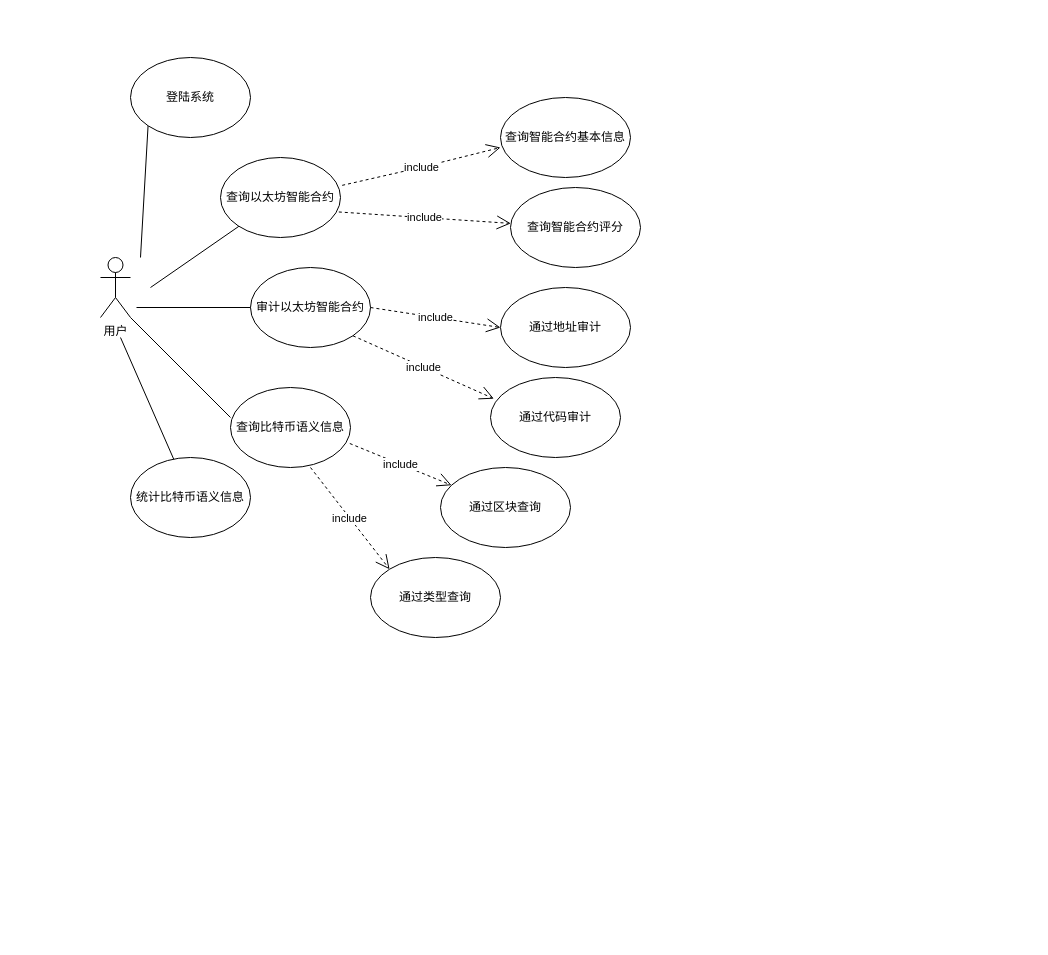
Above: umlusecase.drawio in wang2gua/test (draw.io), before the change. Source tidied: cells renumbered, new cells numbered last; positions are measured from the earlier drawing's top-left corner, leaving out a move shared by most shapes. Both pictures are drawn from the tidied source at 100%, with x=0, y=0 at pixel (100, 57).
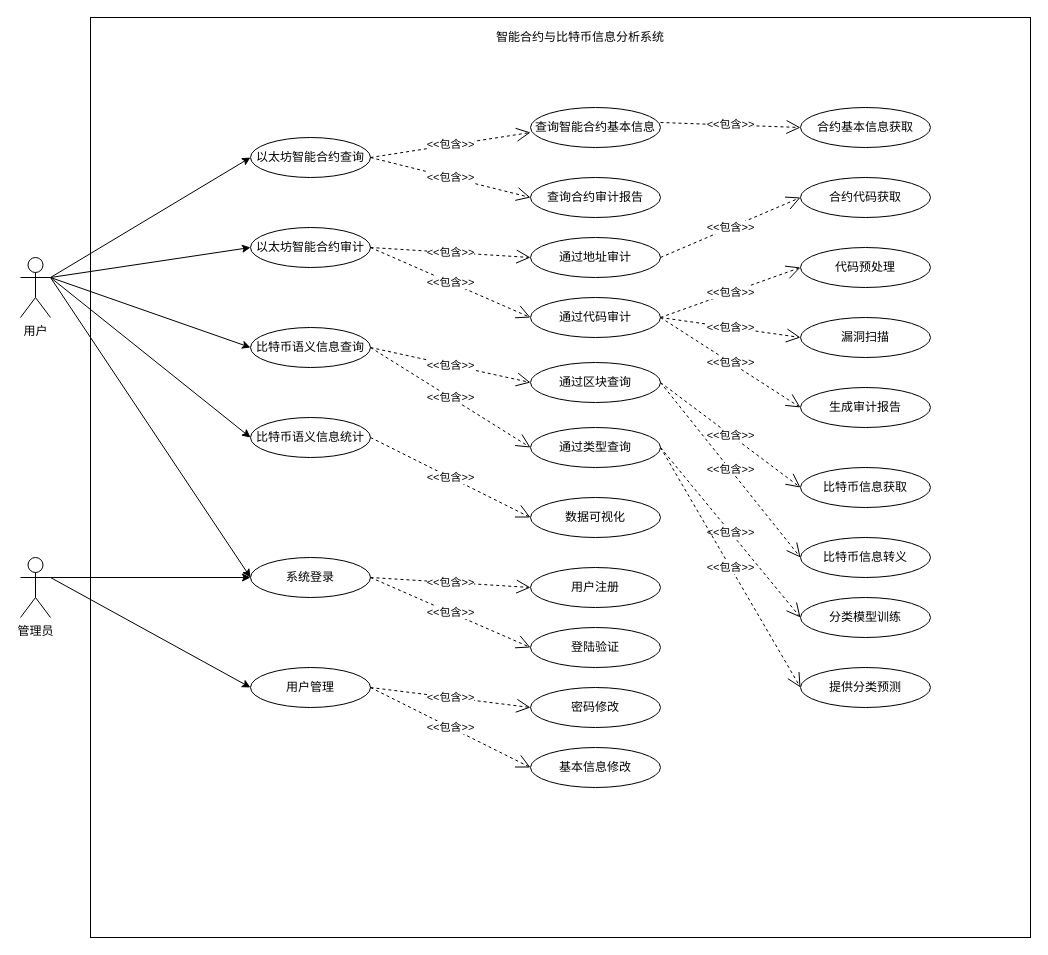
The same diagram, later.

Diff of the diagram source:
```diff
@@
+    <mxCell id="25" style="rounded=0;whiteSpace=wrap;html=1;" parent="1" vertex="1">
+      <mxGeometry x="-10" y="-40" width="940" height="920" as="geometry" />
+    </mxCell>
     <mxCell id="2" value="用户" style="shape=umlActor;verticalLabelPosition=bottom;verticalAlign=top;html=1;outlineConnect=0;" parent="1" vertex="1">
-      <mxGeometry y="200" width="30" height="60" as="geometry" />
+      <mxGeometry x="-80" y="200" width="30" height="60" as="geometry" />
     </mxCell>
-    <mxCell id="3" style="endArrow=none;html=1;entryX=0;entryY=1;entryDx=0;entryDy=0;" parent="1" edge="1" target="4">
-      <mxGeometry relative="1" as="geometry">
-        <mxPoint x="40" y="200" as="sourcePoint" />
-      </mxGeometry>
-    </mxCell>
-    <mxCell id="4" value="登陆系统" style="ellipse;whiteSpace=wrap;html=1;" parent="1" vertex="1">
-      <mxGeometry x="30" width="120" height="80" as="geometry" />
+    <mxCell id="4" value="系统登录" style="ellipse;whiteSpace=wrap;html=1;" parent="1" vertex="1">
+      <mxGeometry x="150" y="500" width="120" height="40" as="geometry" />
     </mxCell>
-    <mxCell id="5" value="查询以太坊智能合约" style="ellipse;whiteSpace=wrap;html=1;" parent="1" vertex="1">
-      <mxGeometry x="120" y="100" width="120" height="80" as="geometry" />
+    <mxCell id="5" value="以太坊智能合约查询" style="ellipse;whiteSpace=wrap;html=1;" parent="1" vertex="1">
+      <mxGeometry x="150" y="80" width="120" height="40" as="geometry" />
     </mxCell>
-    <mxCell id="6" value="查询比特币语义信息" style="ellipse;whiteSpace=wrap;html=1;" parent="1" vertex="1">
-      <mxGeometry x="130" y="330" width="120" height="80" as="geometry" />
+    <mxCell id="6" value="比特币语义信息查询" style="ellipse;whiteSpace=wrap;html=1;" parent="1" vertex="1">
+      <mxGeometry x="150" y="270" width="120" height="40" as="geometry" />
     </mxCell>
-    <mxCell id="7" style="endArrow=none;html=1;" parent="1" edge="1" target="5">
-      <mxGeometry relative="1" as="geometry">
-        <mxPoint x="50" y="230" as="sourcePoint" />
-      </mxGeometry>
-    </mxCell>
-    <mxCell id="8" value="审计以太坊智能合约" style="ellipse;whiteSpace=wrap;html=1;" parent="1" vertex="1">
-      <mxGeometry x="150" y="210" width="120" height="80" as="geometry" />
+    <mxCell id="8" value="以太坊智能合约审计" style="ellipse;whiteSpace=wrap;html=1;" parent="1" vertex="1">
+      <mxGeometry x="150" y="170" width="120" height="40" as="geometry" />
     </mxCell>
-    <mxCell id="9" value="统计比特币语义信息" style="ellipse;whiteSpace=wrap;html=1;" parent="1" vertex="1">
-      <mxGeometry x="30" y="400" width="120" height="80" as="geometry" />
+    <mxCell id="9" value="比特币语义信息统计" style="ellipse;whiteSpace=wrap;html=1;" parent="1" vertex="1">
+      <mxGeometry x="150" y="360" width="120" height="40" as="geometry" />
     </mxCell>
-    <mxCell id="10" style="endArrow=none;html=1;entryX=0;entryY=0.5;entryDx=0;entryDy=0;" parent="1" edge="1" target="8">
-      <mxGeometry relative="1" as="geometry">
-        <mxPoint x="36" y="250" as="sourcePoint" />
-      </mxGeometry>
-    </mxCell>
-    <mxCell id="11" style="endArrow=none;html=1;" parent="1" edge="1" target="9">
-      <mxGeometry relative="1" as="geometry">
-        <mxPoint x="20" y="280" as="sourcePoint" />
-      </mxGeometry>
-    </mxCell>
-    <mxCell id="12" style="endArrow=none;html=1;exitX=0;exitY=0.375;exitDx=0;exitDy=0;exitPerimeter=0;entryX=1;entryY=1;entryDx=0;entryDy=0;entryPerimeter=0;" parent="1" edge="1" source="6" target="2">
-      <mxGeometry relative="1" as="geometry" />
-    </mxCell>
-    <mxCell id="13" value="include" style="endArrow=open;endSize=12;dashed=1;html=1;entryX=0;entryY=0.625;entryDx=0;entryDy=0;entryPerimeter=0;exitX=1.014;exitY=0.348;exitDx=0;exitDy=0;exitPerimeter=0;" parent="1" edge="1" source="5" target="14">
-      <mxGeometry relative="1" as="geometry">
-        <Array as="points">
-          <mxPoint x="320" y="110" />
-        </Array>
-      </mxGeometry>
+    <mxCell id="13" value="&amp;lt;&amp;lt;包含&amp;gt;&amp;gt;" style="endArrow=open;endSize=12;dashed=1;html=1;entryX=0;entryY=0.625;entryDx=0;entryDy=0;entryPerimeter=0;exitX=1;exitY=0.5;exitDx=0;exitDy=0;" parent="1" edge="1" source="5" target="14">
+      <mxGeometry relative="1" as="geometry" />
     </mxCell>
     <mxCell id="14" value="查询智能合约基本信息" style="ellipse;whiteSpace=wrap;html=1;" parent="1" vertex="1">
-      <mxGeometry x="400" y="40" width="130" height="80" as="geometry" />
+      <mxGeometry x="430" y="50" width="130" height="40" as="geometry" />
     </mxCell>
-    <mxCell id="15" value="查询智能合约评分" style="ellipse;whiteSpace=wrap;html=1;" parent="1" vertex="1">
-      <mxGeometry x="410" y="130" width="130" height="80" as="geometry" />
+    <mxCell id="15" value="查询合约审计报告" style="ellipse;whiteSpace=wrap;html=1;" parent="1" vertex="1">
+      <mxGeometry x="430" y="120" width="130" height="40" as="geometry" />
     </mxCell>
     <mxCell id="16" value="通过地址审计" style="ellipse;whiteSpace=wrap;html=1;" parent="1" vertex="1">
-      <mxGeometry x="400" y="230" width="130" height="80" as="geometry" />
+      <mxGeometry x="430" y="180" width="130" height="40" as="geometry" />
     </mxCell>
     <mxCell id="17" value="通过代码审计" style="ellipse;whiteSpace=wrap;html=1;" parent="1" vertex="1">
-      <mxGeometry x="390" y="320" width="130" height="80" as="geometry" />
+      <mxGeometry x="430" y="240" width="130" height="40" as="geometry" />
     </mxCell>
-    <mxCell id="18" value="include" style="endArrow=open;endSize=12;dashed=1;html=1;exitX=0.986;exitY=0.681;exitDx=0;exitDy=0;exitPerimeter=0;" parent="1" edge="1" source="5" target="15">
+    <mxCell id="18" value="&amp;lt;&amp;lt;包含&amp;gt;&amp;gt;" style="endArrow=open;endSize=12;dashed=1;html=1;exitX=1;exitY=0.5;exitDx=0;exitDy=0;entryX=0;entryY=0.5;entryDx=0;entryDy=0;" parent="1" edge="1" source="5" target="15">
       <mxGeometry relative="1" as="geometry" />
     </mxCell>
     <mxCell id="19" value="通过区块查询" style="ellipse;whiteSpace=wrap;html=1;" parent="1" vertex="1">
-      <mxGeometry x="340" y="410" width="130" height="80" as="geometry" />
+      <mxGeometry x="430" y="305" width="130" height="40" as="geometry" />
     </mxCell>
     <mxCell id="20" value="通过类型查询" style="ellipse;whiteSpace=wrap;html=1;" parent="1" vertex="1">
-      <mxGeometry x="270" y="500" width="130" height="80" as="geometry" />
+      <mxGeometry x="430" y="370" width="130" height="40" as="geometry" />
     </mxCell>
-    <mxCell id="21" value="include" style="endArrow=open;endSize=12;dashed=1;html=1;entryX=0;entryY=0.5;entryDx=0;entryDy=0;exitX=1;exitY=0.5;exitDx=0;exitDy=0;" parent="1" edge="1" source="8" target="16">
+    <mxCell id="21" value="&amp;lt;&amp;lt;包含&amp;gt;&amp;gt;" style="endArrow=open;endSize=12;dashed=1;html=1;entryX=0;entryY=0.5;entryDx=0;entryDy=0;exitX=1;exitY=0.5;exitDx=0;exitDy=0;" parent="1" edge="1" source="8" target="16">
       <mxGeometry relative="1" as="geometry" />
     </mxCell>
-    <mxCell id="22" value="include" style="endArrow=open;endSize=12;dashed=1;html=1;entryX=0.026;entryY=0.265;entryDx=0;entryDy=0;entryPerimeter=0;exitX=1;exitY=1;exitDx=0;exitDy=0;" parent="1" edge="1" source="8" target="17">
+    <mxCell id="22" value="&amp;lt;&amp;lt;包含&amp;gt;&amp;gt;" style="endArrow=open;endSize=12;dashed=1;html=1;entryX=0;entryY=0.5;entryDx=0;entryDy=0;exitX=1;exitY=0.5;exitDx=0;exitDy=0;" parent="1" edge="1" source="8" target="17">
       <mxGeometry relative="1" as="geometry" />
     </mxCell>
-    <mxCell id="23" value="include" style="endArrow=open;endSize=12;dashed=1;html=1;" parent="1" edge="1" target="19">
-      <mxGeometry relative="1" as="geometry">
-        <mxPoint x="249.3" y="386" as="sourcePoint" />
-      </mxGeometry>
-    </mxCell>
-    <mxCell id="24" value="include" style="endArrow=open;endSize=12;dashed=1;html=1;entryX=0;entryY=0;entryDx=0;entryDy=0;" parent="1" edge="1" target="20">
-      <mxGeometry relative="1" as="geometry">
-        <mxPoint x="210" y="410" as="sourcePoint" />
-      </mxGeometry>
+    <mxCell id="24" value="&amp;lt;&amp;lt;包含&amp;gt;&amp;gt;" style="endArrow=open;endSize=12;dashed=1;html=1;entryX=0;entryY=0.5;entryDx=0;entryDy=0;exitX=1;exitY=0.5;exitDx=0;exitDy=0;" parent="1" edge="1" source="6" target="20">
+      <mxGeometry relative="1" as="geometry" />
     </mxCell>
+    <mxCell id="26" style="endArrow=classic;html=1;entryX=0;entryY=0.5;entryDx=0;entryDy=0;exitX=1;exitY=0.3333333333333333;exitDx=0;exitDy=0;exitPerimeter=0;" parent="1" edge="1" source="2" target="4">
+      <mxGeometry relative="1" as="geometry" />
+    </mxCell>
+    <mxCell id="27" style="endArrow=classic;html=1;entryX=0;entryY=0.5;entryDx=0;entryDy=0;exitX=1;exitY=0.3333333333333333;exitDx=0;exitDy=0;exitPerimeter=0;" parent="1" edge="1" source="2" target="5">
+      <mxGeometry relative="1" as="geometry" />
+    </mxCell>
+    <mxCell id="28" style="endArrow=classic;html=1;entryX=0;entryY=0.5;entryDx=0;entryDy=0;exitX=1;exitY=0.3333333333333333;exitDx=0;exitDy=0;exitPerimeter=0;" parent="1" edge="1" source="2" target="8">
+      <mxGeometry relative="1" as="geometry" />
+    </mxCell>
+    <mxCell id="29" style="endArrow=classic;html=1;entryX=0;entryY=0.5;entryDx=0;entryDy=0;exitX=1;exitY=0.3333333333333333;exitDx=0;exitDy=0;exitPerimeter=0;" parent="1" edge="1" source="2" target="6">
+      <mxGeometry relative="1" as="geometry" />
+    </mxCell>
+    <mxCell id="30" style="endArrow=classic;html=1;entryX=0;entryY=0.5;entryDx=0;entryDy=0;exitX=1;exitY=0.3333333333333333;exitDx=0;exitDy=0;exitPerimeter=0;" parent="1" edge="1" source="2" target="9">
+      <mxGeometry relative="1" as="geometry" />
+    </mxCell>
+    <mxCell id="31" value="管理员" style="shape=umlActor;verticalLabelPosition=bottom;verticalAlign=top;html=1;outlineConnect=0;" parent="1" vertex="1">
+      <mxGeometry x="-80" y="500" width="30" height="60" as="geometry" />
+    </mxCell>
+    <mxCell id="32" style="endArrow=classic;html=1;exitX=1;exitY=0.3333333333333333;exitDx=0;exitDy=0;exitPerimeter=0;entryX=0;entryY=0.5;entryDx=0;entryDy=0;" parent="1" edge="1" source="31" target="4">
+      <mxGeometry relative="1" as="geometry" />
+    </mxCell>
+    <mxCell id="33" value="用户管理" style="ellipse;whiteSpace=wrap;html=1;" parent="1" vertex="1">
+      <mxGeometry x="150" y="610" width="120" height="40" as="geometry" />
+    </mxCell>
+    <mxCell id="34" value="&amp;lt;&amp;lt;包含&amp;gt;&amp;gt;" style="endArrow=open;endSize=12;dashed=1;html=1;entryX=0;entryY=0.5;entryDx=0;entryDy=0;exitX=1;exitY=0.5;exitDx=0;exitDy=0;" parent="1" edge="1" source="6" target="19">
+      <mxGeometry relative="1" as="geometry" />
+    </mxCell>
+    <mxCell id="35" style="endArrow=classic;html=1;exitX=1;exitY=0.3333333333333333;exitDx=0;exitDy=0;exitPerimeter=0;entryX=0;entryY=0.5;entryDx=0;entryDy=0;" parent="1" edge="1" source="31" target="33">
+      <mxGeometry relative="1" as="geometry" />
+    </mxCell>
+    <mxCell id="36" value="用户注册" style="ellipse;whiteSpace=wrap;html=1;" parent="1" vertex="1">
+      <mxGeometry x="430" y="510" width="130" height="40" as="geometry" />
+    </mxCell>
+    <mxCell id="37" value="登陆验证" style="ellipse;whiteSpace=wrap;html=1;" parent="1" vertex="1">
+      <mxGeometry x="430" y="570" width="130" height="40" as="geometry" />
+    </mxCell>
+    <mxCell id="38" value="密码修改" style="ellipse;whiteSpace=wrap;html=1;" parent="1" vertex="1">
+      <mxGeometry x="430" y="630" width="130" height="40" as="geometry" />
+    </mxCell>
+    <mxCell id="39" value="基本信息修改" style="ellipse;whiteSpace=wrap;html=1;" parent="1" vertex="1">
+      <mxGeometry x="430" y="690" width="130" height="40" as="geometry" />
+    </mxCell>
+    <mxCell id="40" value="&amp;lt;&amp;lt;包含&amp;gt;&amp;gt;" style="endArrow=open;endSize=12;dashed=1;html=1;entryX=0;entryY=0.5;entryDx=0;entryDy=0;exitX=1;exitY=0.5;exitDx=0;exitDy=0;" parent="1" edge="1" source="4" target="36">
+      <mxGeometry relative="1" as="geometry" />
+    </mxCell>
+    <mxCell id="41" value="&amp;lt;&amp;lt;包含&amp;gt;&amp;gt;" style="endArrow=open;endSize=12;dashed=1;html=1;entryX=0;entryY=0.5;entryDx=0;entryDy=0;exitX=1;exitY=0.5;exitDx=0;exitDy=0;" parent="1" edge="1" source="4" target="37">
+      <mxGeometry relative="1" as="geometry" />
+    </mxCell>
+    <mxCell id="42" value="&amp;lt;&amp;lt;包含&amp;gt;&amp;gt;" style="endArrow=open;endSize=12;dashed=1;html=1;entryX=0;entryY=0.5;entryDx=0;entryDy=0;exitX=1;exitY=0.5;exitDx=0;exitDy=0;" parent="1" edge="1" source="33" target="38">
+      <mxGeometry relative="1" as="geometry" />
+    </mxCell>
+    <mxCell id="43" value="&amp;lt;&amp;lt;包含&amp;gt;&amp;gt;" style="endArrow=open;endSize=12;dashed=1;html=1;entryX=0;entryY=0.5;entryDx=0;entryDy=0;exitX=1;exitY=0.5;exitDx=0;exitDy=0;" parent="1" edge="1" source="33" target="39">
+      <mxGeometry relative="1" as="geometry" />
+    </mxCell>
+    <mxCell id="44" value="智能合约与比特币信息分析系统" style="text;html=1;strokeColor=none;fillColor=none;align=center;verticalAlign=middle;whiteSpace=wrap;rounded=0;" parent="1" vertex="1">
+      <mxGeometry x="360" y="-30" width="240" height="20" as="geometry" />
+    </mxCell>
+    <mxCell id="45" value="合约基本信息获取" style="ellipse;whiteSpace=wrap;html=1;" parent="1" vertex="1">
+      <mxGeometry x="700" y="50" width="130" height="40" as="geometry" />
+    </mxCell>
+    <mxCell id="46" value="合约代码获取" style="ellipse;whiteSpace=wrap;html=1;" parent="1" vertex="1">
+      <mxGeometry x="700" y="120" width="130" height="40" as="geometry" />
+    </mxCell>
+    <mxCell id="47" value="代码预处理" style="ellipse;whiteSpace=wrap;html=1;" parent="1" vertex="1">
+      <mxGeometry x="700" y="190" width="130" height="40" as="geometry" />
+    </mxCell>
+    <mxCell id="48" value="漏洞扫描" style="ellipse;whiteSpace=wrap;html=1;" parent="1" vertex="1">
+      <mxGeometry x="700" y="260" width="130" height="40" as="geometry" />
+    </mxCell>
+    <mxCell id="49" value="生成审计报告" style="ellipse;whiteSpace=wrap;html=1;" parent="1" vertex="1">
+      <mxGeometry x="700" y="330" width="130" height="40" as="geometry" />
+    </mxCell>
+    <mxCell id="50" value="比特币信息获取" style="ellipse;whiteSpace=wrap;html=1;" parent="1" vertex="1">
+      <mxGeometry x="700" y="410" width="130" height="40" as="geometry" />
+    </mxCell>
+    <mxCell id="51" value="比特币信息转义" style="ellipse;whiteSpace=wrap;html=1;" parent="1" vertex="1">
+      <mxGeometry x="700" y="480" width="130" height="40" as="geometry" />
+    </mxCell>
+    <mxCell id="52" value="分类模型训练" style="ellipse;whiteSpace=wrap;html=1;" parent="1" vertex="1">
+      <mxGeometry x="700" y="540" width="130" height="40" as="geometry" />
+    </mxCell>
+    <mxCell id="53" value="提供分类预测" style="ellipse;whiteSpace=wrap;html=1;" parent="1" vertex="1">
+      <mxGeometry x="700" y="610" width="130" height="40" as="geometry" />
+    </mxCell>
+    <mxCell id="54" value="&amp;lt;&amp;lt;包含&amp;gt;&amp;gt;" style="endArrow=open;endSize=12;dashed=1;html=1;entryX=0;entryY=0.5;entryDx=0;entryDy=0;exitX=1;exitY=0.5;exitDx=0;exitDy=0;" parent="1" edge="1" target="45">
+      <mxGeometry relative="1" as="geometry">
+        <mxPoint x="560" y="65" as="sourcePoint" />
+      </mxGeometry>
+    </mxCell>
+    <mxCell id="55" value="&amp;lt;&amp;lt;包含&amp;gt;&amp;gt;" style="endArrow=open;endSize=12;dashed=1;html=1;entryX=0;entryY=0.5;entryDx=0;entryDy=0;exitX=1;exitY=0.5;exitDx=0;exitDy=0;" parent="1" edge="1" source="16" target="46">
+      <mxGeometry relative="1" as="geometry" />
+    </mxCell>
+    <mxCell id="56" value="&amp;lt;&amp;lt;包含&amp;gt;&amp;gt;" style="endArrow=open;endSize=12;dashed=1;html=1;exitX=1;exitY=0.5;exitDx=0;exitDy=0;entryX=0;entryY=0.5;entryDx=0;entryDy=0;" parent="1" edge="1" source="17" target="47">
+      <mxGeometry relative="1" as="geometry" />
+    </mxCell>
+    <mxCell id="57" value="&amp;lt;&amp;lt;包含&amp;gt;&amp;gt;" style="endArrow=open;endSize=12;dashed=1;html=1;entryX=0;entryY=0.5;entryDx=0;entryDy=0;" parent="1" edge="1" target="48">
+      <mxGeometry relative="1" as="geometry">
+        <mxPoint x="560" y="260" as="sourcePoint" />
+      </mxGeometry>
+    </mxCell>
+    <mxCell id="58" value="&amp;lt;&amp;lt;包含&amp;gt;&amp;gt;" style="endArrow=open;endSize=12;dashed=1;html=1;entryX=0;entryY=0.5;entryDx=0;entryDy=0;exitX=1;exitY=0.5;exitDx=0;exitDy=0;exitPerimeter=0;" parent="1" edge="1" target="49">
+      <mxGeometry relative="1" as="geometry">
+        <mxPoint x="560" y="260" as="sourcePoint" />
+      </mxGeometry>
+    </mxCell>
+    <mxCell id="59" value="&amp;lt;&amp;lt;包含&amp;gt;&amp;gt;" style="endArrow=open;endSize=12;dashed=1;html=1;entryX=0;entryY=0.5;entryDx=0;entryDy=0;exitX=1;exitY=0.5;exitDx=0;exitDy=0;" parent="1" edge="1" source="19" target="50">
+      <mxGeometry relative="1" as="geometry" />
+    </mxCell>
+    <mxCell id="60" value="&amp;lt;&amp;lt;包含&amp;gt;&amp;gt;" style="endArrow=open;endSize=12;dashed=1;html=1;entryX=0;entryY=0.5;entryDx=0;entryDy=0;exitX=1;exitY=0.5;exitDx=0;exitDy=0;" parent="1" edge="1" source="19" target="51">
+      <mxGeometry relative="1" as="geometry" />
+    </mxCell>
+    <mxCell id="61" value="&amp;lt;&amp;lt;包含&amp;gt;&amp;gt;" style="endArrow=open;endSize=12;dashed=1;html=1;entryX=0;entryY=0.5;entryDx=0;entryDy=0;exitX=1;exitY=0.5;exitDx=0;exitDy=0;" parent="1" edge="1" source="20" target="52">
+      <mxGeometry relative="1" as="geometry" />
+    </mxCell>
+    <mxCell id="62" value="&amp;lt;&amp;lt;包含&amp;gt;&amp;gt;" style="endArrow=open;endSize=12;dashed=1;html=1;entryX=0;entryY=0.5;entryDx=0;entryDy=0;exitX=1;exitY=0.5;exitDx=0;exitDy=0;" parent="1" edge="1" source="20" target="53">
+      <mxGeometry relative="1" as="geometry" />
+    </mxCell>
+    <mxCell id="63" value="数据可视化" style="ellipse;whiteSpace=wrap;html=1;" parent="1" vertex="1">
+      <mxGeometry x="430" y="440" width="130" height="40" as="geometry" />
+    </mxCell>
+    <mxCell id="64" value="&amp;lt;&amp;lt;包含&amp;gt;&amp;gt;" style="endArrow=open;endSize=12;dashed=1;html=1;entryX=0;entryY=0.5;entryDx=0;entryDy=0;exitX=1;exitY=0.5;exitDx=0;exitDy=0;" parent="1" edge="1" source="9" target="63">
+      <mxGeometry relative="1" as="geometry" />
+    </mxCell>
```
